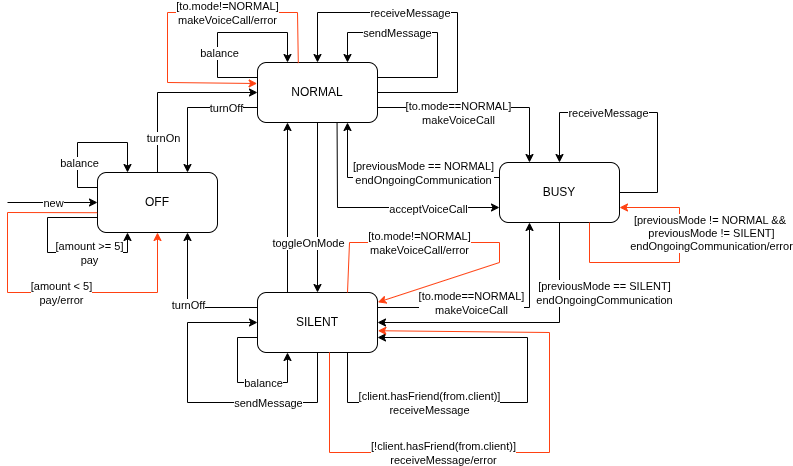
ana-mc-almeida/meic keeps this draw.io diagram as courses/stv/project/terminal_classScopeTest/stateModel_after_truthTable.png. Above is the earlier version. Source tidied: cells renumbered, new cells last; positions are measured from the earlier drawing's top-left corner, leaving out a move shared by most shapes.
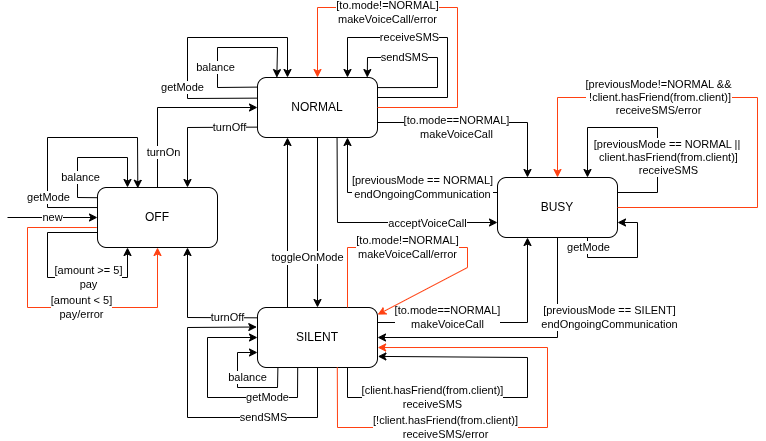
The same diagram one commit later.

The edit, as a diff of the source:
```diff
@@ -12,7 +12,7 @@
       <mxGeometry x="250" y="280" width="120" height="60" as="geometry" />
     </mxCell>
     <mxCell id="5" value="BUSY" style="rounded=1;whiteSpace=wrap;html=1;" parent="1" vertex="1">
-      <mxGeometry x="492" y="150" width="120" height="60" as="geometry" />
+      <mxGeometry x="490" y="150" width="120" height="60" as="geometry" />
     </mxCell>
     <mxCell id="6" style="endArrow=classic;html=1;rounded=0;entryX=0;entryY=0.5;entryDx=0;entryDy=0;" parent="1" edge="1" target="2">
       <mxGeometry relative="1" as="geometry">
@@ -26,20 +26,20 @@
       <mxGeometry relative="1" as="geometry">
         <Array as="points">
           <mxPoint x="40" y="205" />
-          <mxPoint x="40" y="240" />
-          <mxPoint x="120" y="240" />
+          <mxPoint x="40" y="250" />
+          <mxPoint x="120" y="250" />
         </Array>
       </mxGeometry>
     </mxCell>
-    <mxCell id="9" value="[amount &amp;gt;= 5]&lt;br&gt;pay" style="edgeLabel;html=1;align=center;verticalAlign=middle;" parent="8" vertex="1">
+    <mxCell id="9" value="[amount &amp;gt;= 5]&lt;div&gt;pay&lt;br&gt;&lt;/div&gt;" style="edgeLabel;html=1;align=center;verticalAlign=middle;" parent="8" vertex="1">
       <mxGeometry relative="1" as="geometry">
         <mxPoint x="33" as="offset" />
       </mxGeometry>
     </mxCell>
-    <mxCell id="10" style="endArrow=classic;html=1;rounded=0;exitX=0;exitY=0.25;exitDx=0;exitDy=0;entryX=0.25;entryY=0;entryDx=0;entryDy=0;" parent="1" edge="1" source="2" target="2">
+    <mxCell id="10" style="endArrow=classic;html=1;rounded=0;exitX=-0.003;exitY=0.17;exitDx=0;exitDy=0;entryX=0.25;entryY=0;entryDx=0;entryDy=0;exitPerimeter=0;" parent="1" edge="1" source="2" target="2">
       <mxGeometry relative="1" as="geometry">
         <Array as="points">
-          <mxPoint x="70" y="175" />
+          <mxPoint x="70" y="170" />
           <mxPoint x="70" y="130" />
           <mxPoint x="120" y="130" />
         </Array>
@@ -50,12 +50,12 @@
         <mxPoint x="-7" y="20" as="offset" />
       </mxGeometry>
     </mxCell>
-    <mxCell id="12" style="endArrow=classic;html=1;rounded=0;exitX=0;exitY=0.25;exitDx=0;exitDy=0;entryX=0.25;entryY=0;entryDx=0;entryDy=0;" parent="1" edge="1" source="3" target="3">
+    <mxCell id="12" style="endArrow=classic;html=1;rounded=0;exitX=-0.001;exitY=0.16;exitDx=0;exitDy=0;entryX=0.161;entryY=0.002;entryDx=0;entryDy=0;exitPerimeter=0;entryPerimeter=0;" parent="1" edge="1" source="3" target="3">
       <mxGeometry relative="1" as="geometry">
         <Array as="points">
-          <mxPoint x="210" y="65" />
+          <mxPoint x="210" y="60" />
           <mxPoint x="210" y="20" />
-          <mxPoint x="280" y="20" />
+          <mxPoint x="270" y="20" />
         </Array>
       </mxGeometry>
     </mxCell>
@@ -64,18 +64,18 @@
         <mxPoint x="-7" y="20" as="offset" />
       </mxGeometry>
     </mxCell>
-    <mxCell id="14" style="endArrow=classic;html=1;rounded=0;entryX=0.25;entryY=1;entryDx=0;entryDy=0;exitX=0;exitY=0.75;exitDx=0;exitDy=0;" parent="1" edge="1" source="4" target="4">
+    <mxCell id="14" style="endArrow=classic;html=1;rounded=0;entryX=0;entryY=0.75;entryDx=0;entryDy=0;exitX=0.17;exitY=0.997;exitDx=0;exitDy=0;exitPerimeter=0;" parent="1" edge="1" source="4" target="4">
       <mxGeometry relative="1" as="geometry">
         <Array as="points">
+          <mxPoint x="270" y="360" />
+          <mxPoint x="230" y="360" />
           <mxPoint x="230" y="325" />
-          <mxPoint x="230" y="370" />
-          <mxPoint x="280" y="370" />
         </Array>
       </mxGeometry>
     </mxCell>
     <mxCell id="15" value="balance" style="edgeLabel;html=1;align=center;verticalAlign=middle;" parent="14" vertex="1">
       <mxGeometry relative="1" as="geometry">
-        <mxPoint x="17" as="offset" />
+        <mxPoint x="7" y="-10" as="offset" />
       </mxGeometry>
     </mxCell>
     <mxCell id="16" style="endArrow=classic;html=1;rounded=0;exitX=0.5;exitY=0;exitDx=0;exitDy=0;entryX=0;entryY=0.5;entryDx=0;entryDy=0;" parent="1" edge="1" source="2" target="3">
@@ -90,20 +90,22 @@
         <mxPoint x="-5" y="45" as="offset" />
       </mxGeometry>
     </mxCell>
-    <mxCell id="18" style="endArrow=classic;html=1;rounded=0;entryX=0.75;entryY=1;entryDx=0;entryDy=0;exitX=0;exitY=0.25;exitDx=0;exitDy=0;" parent="1" edge="1" source="4" target="2">
+    <mxCell id="18" style="endArrow=classic;html=1;rounded=0;entryX=0.75;entryY=1;entryDx=0;entryDy=0;exitX=-0.004;exitY=0.172;exitDx=0;exitDy=0;exitPerimeter=0;" parent="1" edge="1" source="4" target="2">
       <mxGeometry relative="1" as="geometry">
         <Array as="points">
-          <mxPoint x="180" y="295" />
+          <mxPoint x="180" y="290" />
         </Array>
       </mxGeometry>
     </mxCell>
     <mxCell id="19" value="turnOff" style="edgeLabel;html=1;align=center;verticalAlign=middle;" parent="18" vertex="1">
-      <mxGeometry relative="1" as="geometry" />
+      <mxGeometry relative="1" as="geometry">
+        <mxPoint x="40" as="offset" />
+      </mxGeometry>
     </mxCell>
-    <mxCell id="20" style="endArrow=classic;html=1;rounded=0;exitX=0;exitY=0.75;exitDx=0;exitDy=0;entryX=0.75;entryY=0;entryDx=0;entryDy=0;" parent="1" edge="1" source="3" target="2">
+    <mxCell id="20" style="endArrow=classic;html=1;rounded=0;exitX=0.001;exitY=0.827;exitDx=0;exitDy=0;entryX=0.75;entryY=0;entryDx=0;entryDy=0;exitPerimeter=0;" parent="1" edge="1" source="3" target="2">
       <mxGeometry relative="1" as="geometry">
         <Array as="points">
-          <mxPoint x="180" y="95" />
+          <mxPoint x="180" y="100" />
         </Array>
       </mxGeometry>
     </mxCell>
@@ -112,80 +114,80 @@
         <mxPoint x="36" as="offset" />
       </mxGeometry>
     </mxCell>
-    <mxCell id="22" style="endArrow=classic;html=1;rounded=0;exitX=1;exitY=0.25;exitDx=0;exitDy=0;entryX=0.75;entryY=0;entryDx=0;entryDy=0;" parent="1" edge="1" source="3" target="3">
+    <mxCell id="22" style="endArrow=classic;html=1;rounded=0;exitX=0.996;exitY=0.168;exitDx=0;exitDy=0;entryX=0.915;entryY=0.001;entryDx=0;entryDy=0;exitPerimeter=0;entryPerimeter=0;" parent="1" edge="1" source="3" target="3">
       <mxGeometry relative="1" as="geometry">
         <Array as="points">
-          <mxPoint x="430" y="65" />
-          <mxPoint x="430" y="20" />
-          <mxPoint x="340" y="20" />
+          <mxPoint x="430" y="60" />
+          <mxPoint x="430" y="30" />
+          <mxPoint x="360" y="30" />
         </Array>
       </mxGeometry>
     </mxCell>
-    <mxCell id="23" value="sendMessage" style="edgeLabel;html=1;align=center;verticalAlign=middle;" parent="22" vertex="1">
+    <mxCell id="23" value="sendSMS" style="edgeLabel;html=1;align=center;verticalAlign=middle;" parent="22" vertex="1">
       <mxGeometry relative="1" as="geometry">
         <mxPoint x="-33" as="offset" />
       </mxGeometry>
     </mxCell>
-    <mxCell id="24" style="endArrow=classic;html=1;rounded=0;exitX=0.5;exitY=1;exitDx=0;exitDy=0;entryX=0;entryY=0.5;entryDx=0;entryDy=0;" parent="1" edge="1" source="4" target="4">
+    <mxCell id="24" style="endArrow=classic;html=1;rounded=0;exitX=0.5;exitY=1;exitDx=0;exitDy=0;entryX=-0.006;entryY=0.325;entryDx=0;entryDy=0;entryPerimeter=0;" parent="1" edge="1" source="4" target="4">
       <mxGeometry relative="1" as="geometry">
         <Array as="points">
           <mxPoint x="310" y="390" />
           <mxPoint x="180" y="390" />
-          <mxPoint x="180" y="310" />
+          <mxPoint x="180" y="300" />
         </Array>
       </mxGeometry>
     </mxCell>
-    <mxCell id="25" value="sendMessage" style="edgeLabel;html=1;align=center;verticalAlign=middle;" parent="24" vertex="1">
+    <mxCell id="25" value="sendSMS" style="edgeLabel;html=1;align=center;verticalAlign=middle;" parent="24" vertex="1">
       <mxGeometry relative="1" as="geometry">
         <mxPoint x="65" as="offset" />
       </mxGeometry>
     </mxCell>
-    <mxCell id="26" style="endArrow=classic;html=1;rounded=0;exitX=1;exitY=0.5;exitDx=0;exitDy=0;entryX=0.5;entryY=0;entryDx=0;entryDy=0;" parent="1" edge="1" source="3" target="3">
+    <mxCell id="26" style="endArrow=classic;html=1;rounded=0;exitX=1;exitY=0.5;exitDx=0;exitDy=0;entryX=0.5;entryY=0;entryDx=0;entryDy=0;strokeColor=#FF4112;" parent="1" edge="1" source="3" target="3">
       <mxGeometry relative="1" as="geometry">
         <Array as="points">
           <mxPoint x="450" y="80" />
-          <mxPoint x="450" />
-          <mxPoint x="310" />
+          <mxPoint x="450" y="-20" />
+          <mxPoint x="310" y="-20" />
         </Array>
       </mxGeometry>
     </mxCell>
-    <mxCell id="27" value="receiveMessage" style="edgeLabel;html=1;align=center;verticalAlign=middle;" parent="26" vertex="1">
+    <mxCell id="27" value="[to.mode!=NORMAL]&lt;br&gt;makeVoiceCall/error" style="edgeLabel;html=1;align=center;verticalAlign=middle;" parent="26" vertex="1">
       <mxGeometry relative="1" as="geometry">
-        <mxPoint x="-33" as="offset" />
+        <mxPoint x="-55" y="5" as="offset" />
       </mxGeometry>
     </mxCell>
-    <mxCell id="28" style="endArrow=classic;html=1;rounded=0;exitX=1;exitY=0.5;exitDx=0;exitDy=0;entryX=0.5;entryY=0;entryDx=0;entryDy=0;" parent="1" edge="1" source="5" target="5">
+    <mxCell id="28" style="endArrow=classic;html=1;rounded=0;exitX=1;exitY=0.25;exitDx=0;exitDy=0;entryX=0.75;entryY=0;entryDx=0;entryDy=0;" parent="1" edge="1" source="5" target="5">
       <mxGeometry relative="1" as="geometry">
         <Array as="points">
-          <mxPoint x="650" y="180" />
+          <mxPoint x="650" y="165" />
           <mxPoint x="650" y="100" />
-          <mxPoint x="552" y="100" />
+          <mxPoint x="580" y="100" />
         </Array>
       </mxGeometry>
     </mxCell>
-    <mxCell id="29" value="receiveMessage" style="edgeLabel;html=1;align=center;verticalAlign=middle;" parent="28" vertex="1">
+    <mxCell id="29" value="[previousMode == NORMAL ||&amp;nbsp;&lt;div&gt;client.hasFriend(from.client)]&lt;br&gt;receiveSMS&lt;/div&gt;" style="edgeLabel;html=1;align=center;verticalAlign=middle;" parent="28" vertex="1">
       <mxGeometry relative="1" as="geometry">
-        <mxPoint x="-35" as="offset" />
+        <mxPoint x="18" y="30" as="offset" />
       </mxGeometry>
     </mxCell>
-    <mxCell id="30" style="endArrow=classic;html=1;rounded=0;exitX=0.75;exitY=1;exitDx=0;exitDy=0;entryX=1;entryY=0.75;entryDx=0;entryDy=0;" parent="1" edge="1" source="4" target="4">
+    <mxCell id="30" style="endArrow=classic;html=1;rounded=0;exitX=0.75;exitY=1;exitDx=0;exitDy=0;entryX=1.003;entryY=0.815;entryDx=0;entryDy=0;entryPerimeter=0;" parent="1" edge="1" source="4" target="4">
       <mxGeometry relative="1" as="geometry">
         <Array as="points">
-          <mxPoint x="340" y="390" />
-          <mxPoint x="520" y="390" />
-          <mxPoint x="520" y="325" />
+          <mxPoint x="340" y="370" />
+          <mxPoint x="520" y="370" />
+          <mxPoint x="520" y="330" />
         </Array>
       </mxGeometry>
     </mxCell>
-    <mxCell id="31" value="[client.hasFriend(from.client)]&lt;div&gt;receiveMessage&lt;br&gt;&lt;/div&gt;" style="edgeLabel;html=1;align=center;verticalAlign=middle;" parent="30" vertex="1">
+    <mxCell id="31" value="[client.hasFriend(from.client)]&lt;div&gt;receive&lt;span style=&quot;background-color: light-dark(#ffffff, var(--ge-dark-color, #121212)); color: light-dark(rgb(0, 0, 0), rgb(255, 255, 255));&quot;&gt;SMS&lt;/span&gt;&lt;br&gt;&lt;/div&gt;" style="edgeLabel;html=1;align=center;verticalAlign=middle;" parent="30" vertex="1">
       <mxGeometry relative="1" as="geometry">
-        <mxPoint x="-92" as="offset" />
+        <mxPoint x="-85" as="offset" />
       </mxGeometry>
     </mxCell>
     <mxCell id="32" style="endArrow=classic;html=1;rounded=0;exitX=1;exitY=0.75;exitDx=0;exitDy=0;entryX=0.25;entryY=0;entryDx=0;entryDy=0;" parent="1" edge="1" source="3" target="5">
       <mxGeometry relative="1" as="geometry">
         <Array as="points">
-          <mxPoint x="522" y="95" />
+          <mxPoint x="520" y="95" />
         </Array>
       </mxGeometry>
     </mxCell>
@@ -197,13 +199,13 @@
     <mxCell id="34" style="endArrow=classic;html=1;rounded=0;exitX=1;exitY=0.25;exitDx=0;exitDy=0;entryX=0.25;entryY=1;entryDx=0;entryDy=0;" parent="1" edge="1" source="4" target="5">
       <mxGeometry relative="1" as="geometry">
         <Array as="points">
-          <mxPoint x="522" y="295" />
+          <mxPoint x="520" y="295" />
         </Array>
       </mxGeometry>
     </mxCell>
-    <mxCell id="35" value="[to.mode==NORMAL]&lt;div&gt;makeVoiceCall&lt;/div&gt;" style="edgeLabel;html=1;align=center;verticalAlign=middle;" parent="34" vertex="1">
+    <mxCell id="35" value="[to.mode==NORMAL]&lt;div&gt;makeVoiceCall&lt;br&gt;&lt;/div&gt;" style="edgeLabel;html=1;align=center;verticalAlign=middle;" parent="34" vertex="1">
       <mxGeometry relative="1" as="geometry">
-        <mxPoint x="-26" y="-5" as="offset" />
+        <mxPoint x="-48" y="-5" as="offset" />
       </mxGeometry>
     </mxCell>
     <mxCell id="36" style="endArrow=classic;html=1;rounded=0;exitX=0.663;exitY=1.01;exitDx=0;exitDy=0;entryX=0;entryY=0.75;entryDx=0;entryDy=0;exitPerimeter=0;" parent="1" edge="1" source="3" target="5">
@@ -237,13 +239,13 @@
     <mxCell id="42" style="endArrow=classic;html=1;rounded=0;exitX=0.5;exitY=1;exitDx=0;exitDy=0;entryX=1;entryY=0.5;entryDx=0;entryDy=0;" parent="1" edge="1" source="5" target="4">
       <mxGeometry relative="1" as="geometry">
         <Array as="points">
-          <mxPoint x="552" y="310" />
+          <mxPoint x="550" y="310" />
         </Array>
       </mxGeometry>
     </mxCell>
     <mxCell id="43" value="[previousMode == SILENT]&lt;div&gt;endOngoingCommunication&lt;br&gt;&lt;/div&gt;" style="edgeLabel;html=1;align=center;verticalAlign=middle;" parent="42" vertex="1">
       <mxGeometry relative="1" as="geometry">
-        <mxPoint x="85" y="-30" as="offset" />
+        <mxPoint x="92" y="-20" as="offset" />
       </mxGeometry>
     </mxCell>
     <mxCell id="44" style="endArrow=classic;html=1;rounded=0;exitX=0;exitY=0.25;exitDx=0;exitDy=0;entryX=0.75;entryY=1;entryDx=0;entryDy=0;" parent="1" edge="1" source="5" target="3">
@@ -258,75 +260,132 @@
         <mxPoint x="27" y="-5" as="offset" />
       </mxGeometry>
     </mxCell>
-    <mxCell id="46" style="endArrow=classic;html=1;rounded=0;exitX=-0.003;exitY=0.67;exitDx=0;exitDy=0;entryX=0.5;entryY=1;entryDx=0;entryDy=0;exitPerimeter=0;fillColor=#FF4112;strokeColor=#FF4112;" parent="1" edge="1" source="2" target="2">
+    <mxCell id="46" style="endArrow=classic;html=1;rounded=0;exitX=0.001;exitY=0.334;exitDx=0;exitDy=0;entryX=0.336;entryY=0.013;entryDx=0;entryDy=0;exitPerimeter=0;entryPerimeter=0;" parent="1" edge="1" source="2" target="2">
       <mxGeometry relative="1" as="geometry">
         <Array as="points">
-          <mxPoint y="200" />
-          <mxPoint y="280" />
-          <mxPoint x="150" y="280" />
+          <mxPoint x="40" y="180" />
+          <mxPoint x="40" y="110" />
+          <mxPoint x="130" y="110" />
         </Array>
       </mxGeometry>
     </mxCell>
-    <mxCell id="47" value="[amount &amp;lt; 5]&lt;div&gt;pay/error&lt;br&gt;&lt;/div&gt;" style="edgeLabel;html=1;align=center;verticalAlign=middle;" parent="46" vertex="1">
+    <mxCell id="47" value="getMode" style="edgeLabel;html=1;align=center;verticalAlign=middle;" parent="46" vertex="1">
       <mxGeometry relative="1" as="geometry">
-        <mxPoint x="33" as="offset" />
+        <mxPoint x="-10" y="60" as="offset" />
       </mxGeometry>
     </mxCell>
-    <mxCell id="48" style="endArrow=classic;html=1;rounded=0;entryX=-0.003;entryY=0.35;entryDx=0;entryDy=0;entryPerimeter=0;exitX=0.34;exitY=0.01;exitDx=0;exitDy=0;exitPerimeter=0;strokeColor=#FF4112;" parent="1" edge="1" source="3" target="3">
+    <mxCell id="48" style="endArrow=classic;html=1;rounded=0;exitX=-0.005;exitY=0.344;exitDx=0;exitDy=0;entryX=0.25;entryY=0;entryDx=0;entryDy=0;exitPerimeter=0;" parent="1" edge="1" source="3" target="3">
       <mxGeometry relative="1" as="geometry">
         <Array as="points">
-          <mxPoint x="290" />
-          <mxPoint x="160" />
-          <mxPoint x="160" y="70" />
+          <mxPoint x="180" y="71" />
+          <mxPoint x="180" y="10" />
+          <mxPoint x="280" y="10" />
         </Array>
       </mxGeometry>
     </mxCell>
-    <mxCell id="49" value="[to.mode!=NORMAL]&lt;br&gt;makeVoiceCall/error" style="edgeLabel;html=1;align=center;verticalAlign=middle;" parent="48" vertex="1">
+    <mxCell id="49" value="getMode" style="edgeLabel;html=1;align=center;verticalAlign=middle;" parent="48" vertex="1">
       <mxGeometry relative="1" as="geometry">
-        <mxPoint x="49" as="offset" />
+        <mxPoint x="-10" y="50" as="offset" />
       </mxGeometry>
     </mxCell>
-    <mxCell id="50" style="endArrow=classic;html=1;rounded=0;exitX=0.75;exitY=0;exitDx=0;exitDy=0;entryX=1.003;entryY=0.163;entryDx=0;entryDy=0;entryPerimeter=0;strokeColor=#FF4112;" parent="1" edge="1" source="4" target="4">
+    <mxCell id="50" style="endArrow=classic;html=1;rounded=0;exitX=0.75;exitY=1;exitDx=0;exitDy=0;entryX=1;entryY=0.75;entryDx=0;entryDy=0;" parent="1" edge="1" source="5" target="5">
       <mxGeometry relative="1" as="geometry">
         <Array as="points">
-          <mxPoint x="342" y="230" />
-          <mxPoint x="492" y="230" />
-          <mxPoint x="492" y="250" />
+          <mxPoint x="580" y="230" />
+          <mxPoint x="630" y="230" />
+          <mxPoint x="630" y="195" />
         </Array>
       </mxGeometry>
     </mxCell>
-    <mxCell id="51" value="&lt;div&gt;[to.mode!=NORMAL]&lt;/div&gt;&lt;div&gt;makeVoiceCall/error&lt;/div&gt;" style="edgeLabel;html=1;align=center;verticalAlign=middle;" parent="50" vertex="1">
+    <mxCell id="51" value="getMode" style="edgeLabel;html=1;align=center;verticalAlign=middle;" parent="50" vertex="1">
       <mxGeometry relative="1" as="geometry">
-        <mxPoint x="-54" as="offset" />
+        <mxPoint x="-42" y="-10" as="offset" />
       </mxGeometry>
     </mxCell>
-    <mxCell id="52" style="endArrow=classic;html=1;rounded=0;exitX=0.75;exitY=1;exitDx=0;exitDy=0;entryX=1;entryY=0.75;entryDx=0;entryDy=0;strokeColor=#FF4112;" parent="1" edge="1" source="5" target="5">
+    <mxCell id="52" style="endArrow=classic;html=1;rounded=0;entryX=0;entryY=0.5;entryDx=0;entryDy=0;exitX=0.335;exitY=1.001;exitDx=0;exitDy=0;exitPerimeter=0;" parent="1" edge="1" source="4" target="4">
       <mxGeometry relative="1" as="geometry">
         <Array as="points">
-          <mxPoint x="582" y="250" />
-          <mxPoint x="672" y="250" />
-          <mxPoint x="672" y="195" />
+          <mxPoint x="290" y="370" />
+          <mxPoint x="200" y="370" />
+          <mxPoint x="200" y="310" />
         </Array>
       </mxGeometry>
     </mxCell>
-    <mxCell id="53" value="&lt;div&gt;&lt;span style=&quot;background-color: light-dark(#ffffff, var(--ge-dark-color, #121212)); color: light-dark(rgb(0, 0, 0), rgb(255, 255, 255));&quot;&gt;[&lt;/span&gt;&lt;span style=&quot;background-color: light-dark(#ffffff, var(--ge-dark-color, #121212)); color: light-dark(rgb(0, 0, 0), rgb(255, 255, 255));&quot;&gt;previousMode != NORMAL &amp;amp;&amp;amp;&amp;nbsp;&lt;/span&gt;&lt;/div&gt;&lt;div&gt;&lt;span style=&quot;background-color: light-dark(#ffffff, var(--ge-dark-color, #121212)); color: light-dark(rgb(0, 0, 0), rgb(255, 255, 255));&quot;&gt;previousMode != SILENT]&lt;/span&gt;&lt;/div&gt;&lt;div&gt;endOngoingCommunication/error&lt;/div&gt;" style="edgeLabel;html=1;align=center;verticalAlign=middle;" parent="52" vertex="1">
+    <mxCell id="53" value="getMode" style="edgeLabel;html=1;align=center;verticalAlign=middle;" parent="52" vertex="1">
       <mxGeometry relative="1" as="geometry">
-        <mxPoint x="38" y="-30" as="offset" />
+        <mxPoint x="55" as="offset" />
       </mxGeometry>
     </mxCell>
-    <mxCell id="54" style="endArrow=classic;html=1;rounded=0;exitX=0.6;exitY=0.997;exitDx=0;exitDy=0;entryX=1.003;entryY=0.637;entryDx=0;entryDy=0;exitPerimeter=0;entryPerimeter=0;strokeColor=#FF4112;" parent="1" edge="1" source="4" target="4">
+    <mxCell id="54" style="endArrow=classic;html=1;rounded=0;exitX=-0.006;exitY=0.667;exitDx=0;exitDy=0;entryX=0.5;entryY=1;entryDx=0;entryDy=0;exitPerimeter=0;fillColor=#FF4112;strokeColor=#FF4112;" parent="1" edge="1" source="2" target="2">
       <mxGeometry relative="1" as="geometry">
         <Array as="points">
-          <mxPoint x="322" y="440" />
-          <mxPoint x="542" y="440" />
-          <mxPoint x="542" y="320" />
+          <mxPoint x="20" y="200" />
+          <mxPoint x="20" y="280" />
+          <mxPoint x="150" y="280" />
         </Array>
       </mxGeometry>
     </mxCell>
-    <mxCell id="55" value="[!client.hasFriend(from.client)]&lt;br&gt;receiveMessage/error" style="edgeLabel;html=1;align=center;verticalAlign=middle;" parent="54" vertex="1">
+    <mxCell id="55" value="[amount &amp;lt; 5]&lt;div&gt;pay/error&lt;br&gt;&lt;/div&gt;" style="edgeLabel;html=1;align=center;verticalAlign=middle;" parent="54" vertex="1">
       <mxGeometry relative="1" as="geometry">
-        <mxPoint x="-92" as="offset" />
+        <mxPoint x="33" as="offset" />
       </mxGeometry>
     </mxCell>
+    <mxCell id="56" style="endArrow=classic;html=1;rounded=0;exitX=0.996;exitY=0.168;exitDx=0;exitDy=0;entryX=0.75;entryY=0;entryDx=0;entryDy=0;exitPerimeter=0;" parent="1" edge="1" target="3">
+      <mxGeometry relative="1" as="geometry">
+        <mxPoint x="370" y="70" as="sourcePoint" />
+        <Array as="points">
+          <mxPoint x="440" y="70" />
+          <mxPoint x="440" y="10" />
+          <mxPoint x="340" y="10" />
+        </Array>
+      </mxGeometry>
+    </mxCell>
+    <mxCell id="57" value="receiveSMS" style="edgeLabel;html=1;align=center;verticalAlign=middle;" parent="56" vertex="1">
+      <mxGeometry relative="1" as="geometry">
+        <mxPoint x="-33" as="offset" />
+      </mxGeometry>
+    </mxCell>
+    <mxCell id="58" style="endArrow=classic;html=1;rounded=0;exitX=0.665;exitY=0.997;exitDx=0;exitDy=0;entryX=1.001;entryY=0.667;entryDx=0;entryDy=0;exitPerimeter=0;entryPerimeter=0;strokeColor=#FF4112;" parent="1" edge="1" source="4" target="4">
+      <mxGeometry relative="1" as="geometry">
+        <Array as="points">
+          <mxPoint x="330" y="400" />
+          <mxPoint x="540" y="400" />
+          <mxPoint x="540" y="320" />
+        </Array>
+      </mxGeometry>
+    </mxCell>
+    <mxCell id="59" value="[!client.hasFriend(from.client)]&lt;br&gt;receiveSMS/error" style="edgeLabel;html=1;align=center;verticalAlign=middle;" parent="58" vertex="1">
+      <mxGeometry relative="1" as="geometry">
+        <mxPoint x="-92" as="offset" />
+      </mxGeometry>
+    </mxCell>
+    <mxCell id="60" style="endArrow=classic;html=1;rounded=0;exitX=0.75;exitY=0;exitDx=0;exitDy=0;entryX=1.001;entryY=0.119;entryDx=0;entryDy=0;entryPerimeter=0;strokeColor=#FF4112;" parent="1" edge="1" source="4" target="4">
+      <mxGeometry relative="1" as="geometry">
+        <Array as="points">
+          <mxPoint x="340" y="220" />
+          <mxPoint x="460" y="220" />
+          <mxPoint x="460" y="240" />
+        </Array>
+      </mxGeometry>
+    </mxCell>
+    <mxCell id="61" value="&lt;div&gt;[to.mode!=NORMAL]&lt;/div&gt;&lt;div&gt;makeVoiceCall/error&lt;/div&gt;" style="edgeLabel;html=1;align=center;verticalAlign=middle;" parent="60" vertex="1">
+      <mxGeometry relative="1" as="geometry">
+        <mxPoint x="-31" as="offset" />
+      </mxGeometry>
+    </mxCell>
+    <mxCell id="62" style="endArrow=classic;html=1;rounded=0;exitX=1;exitY=0.5;exitDx=0;exitDy=0;entryX=0.5;entryY=0;entryDx=0;entryDy=0;strokeColor=#FF4112;" parent="1" edge="1" source="5" target="5">
+      <mxGeometry relative="1" as="geometry">
+        <Array as="points">
+          <mxPoint x="750" y="180" />
+          <mxPoint x="750" y="70" />
+          <mxPoint x="550" y="70" />
+        </Array>
+      </mxGeometry>
+    </mxCell>
+    <mxCell id="63" value="&lt;div&gt;[previousMode!=NORMAL &amp;amp;&amp;amp;&lt;/div&gt;&lt;div&gt;&amp;nbsp;!client.hasFriend(from.client)]&lt;/div&gt;receiveSMS/error" style="edgeLabel;html=1;align=center;verticalAlign=middle;" parent="62" vertex="1">
+      <mxGeometry relative="1" as="geometry">
+        <mxPoint x="-85" as="offset" />
+      </mxGeometry>
+    </mxCell>
   </root>
 </mxGraphModel>
```
